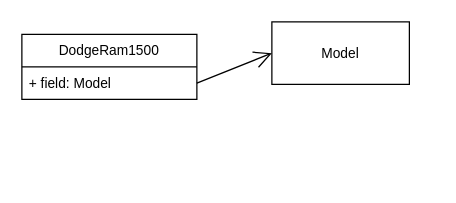
The draw.io diagram page "DodgeRam1500" (6 of 35) of doc/Vehicle_UML.drawio in joshSawYou/CIS255_Vehicle, before the edit. Source tidied: cells renumbered, new cells numbered last; positions are measured from the earlier drawing's top-left corner, leaving out a move shared by most shapes. Both pictures are drawn from the tidied source at 125%, with x=0, y=0 at pixel (21, 21).
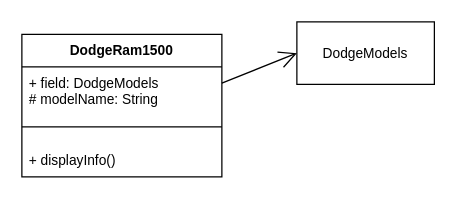
After the change.

The edit, as a diff of the source:
```diff
@@
 <mxGraphModel>
   <root>
     <mxCell id="0" />
     <mxCell id="1" parent="0" />
+    <mxCell id="6" value="DodgeModels" style="html=1;whiteSpace=wrap;fontFamily=Helvetica;fontSize=11;fontColor=default;" parent="1" vertex="1">
+      <mxGeometry x="220" width="110" height="50" as="geometry" />
+    </mxCell>
+    <mxCell id="7" style="edgeStyle=none;shape=connector;rounded=0;jettySize=auto;html=1;exitX=1;exitY=0.5;exitDx=0;exitDy=0;entryX=0;entryY=0.5;entryDx=0;entryDy=0;labelBackgroundColor=default;strokeColor=default;fontFamily=Helvetica;fontSize=11;fontColor=default;endArrow=open;endFill=1;endSize=12;" parent="1" edge="1" target="6">
+      <mxGeometry relative="1" as="geometry">
+        <mxPoint x="160" y="49" as="sourcePoint" />
+      </mxGeometry>
+    </mxCell>
-    <mxCell id="2" value="DodgeRam1500" style="swimlane;fontStyle=0;horizontal=1;startSize=26;fillColor=none;whiteSpace=wrap;html=1;fontFamily=Helvetica;fontSize=11;fontColor=default;" parent="1" vertex="1">
-      <mxGeometry y="10" width="140" height="52" as="geometry" />
+    <mxCell id="2" value="DodgeRam1500" style="swimlane;fontStyle=1;align=center;verticalAlign=top;horizontal=1;startSize=26;whiteSpace=wrap;html=1;fontFamily=Helvetica;fontSize=11;fontColor=default;" parent="1" vertex="1">
+      <mxGeometry y="10" width="160" height="114" as="geometry" />
     </mxCell>
-    <mxCell id="3" value="+ field: Model" style="text;strokeColor=none;fillColor=none;align=left;verticalAlign=top;spacingLeft=4;spacingRight=4;overflow=hidden;points=[[0,0.5],[1,0.5]];portConstraint=eastwest;whiteSpace=wrap;html=1;fontSize=11;fontFamily=Helvetica;fontColor=default;" parent="2" vertex="1">
-      <mxGeometry y="26" width="140" height="26" as="geometry" />
-    </mxCell>
-    <mxCell id="4" value="Model" style="html=1;whiteSpace=wrap;fontFamily=Helvetica;fontSize=11;fontColor=default;" parent="1" vertex="1">
-      <mxGeometry x="200" width="110" height="50" as="geometry" />
-    </mxCell>
-    <mxCell id="5" style="edgeStyle=none;shape=connector;rounded=0;jettySize=auto;html=1;exitX=1;exitY=0.5;exitDx=0;exitDy=0;entryX=0;entryY=0.5;entryDx=0;entryDy=0;labelBackgroundColor=default;strokeColor=default;fontFamily=Helvetica;fontSize=11;fontColor=default;endArrow=open;endFill=1;endSize=12;" parent="1" edge="1" source="3" target="4">
-      <mxGeometry relative="1" as="geometry" />
-    </mxCell>
+    <mxCell id="8" value="+ field: DodgeModels&lt;br&gt;# modelName: String" style="text;strokeColor=none;fillColor=none;align=left;verticalAlign=top;spacingLeft=4;spacingRight=4;overflow=hidden;whiteSpace=wrap;html=1;fontSize=11;fontFamily=Helvetica;fontColor=default;" parent="2" vertex="1">
+      <mxGeometry y="26" width="160" height="34" as="geometry" />
+    </mxCell>
+    <mxCell id="9" style="line;strokeWidth=1;fillColor=none;align=left;verticalAlign=middle;spacingTop=-1;spacingLeft=3;spacingRight=3;labelPosition=right;strokeColor=inherit;fontFamily=Helvetica;fontSize=11;fontColor=default;" parent="2" vertex="1">
+      <mxGeometry y="60" width="160" height="28" as="geometry" />
+    </mxCell>
+    <mxCell id="10" value="+ displayInfo()" style="text;strokeColor=none;fillColor=none;align=left;verticalAlign=top;spacingLeft=4;spacingRight=4;overflow=hidden;whiteSpace=wrap;html=1;fontSize=11;fontFamily=Helvetica;fontColor=default;" parent="2" vertex="1">
+      <mxGeometry y="88" width="160" height="26" as="geometry" />
+    </mxCell>
   </root>
 </mxGraphModel>
```
